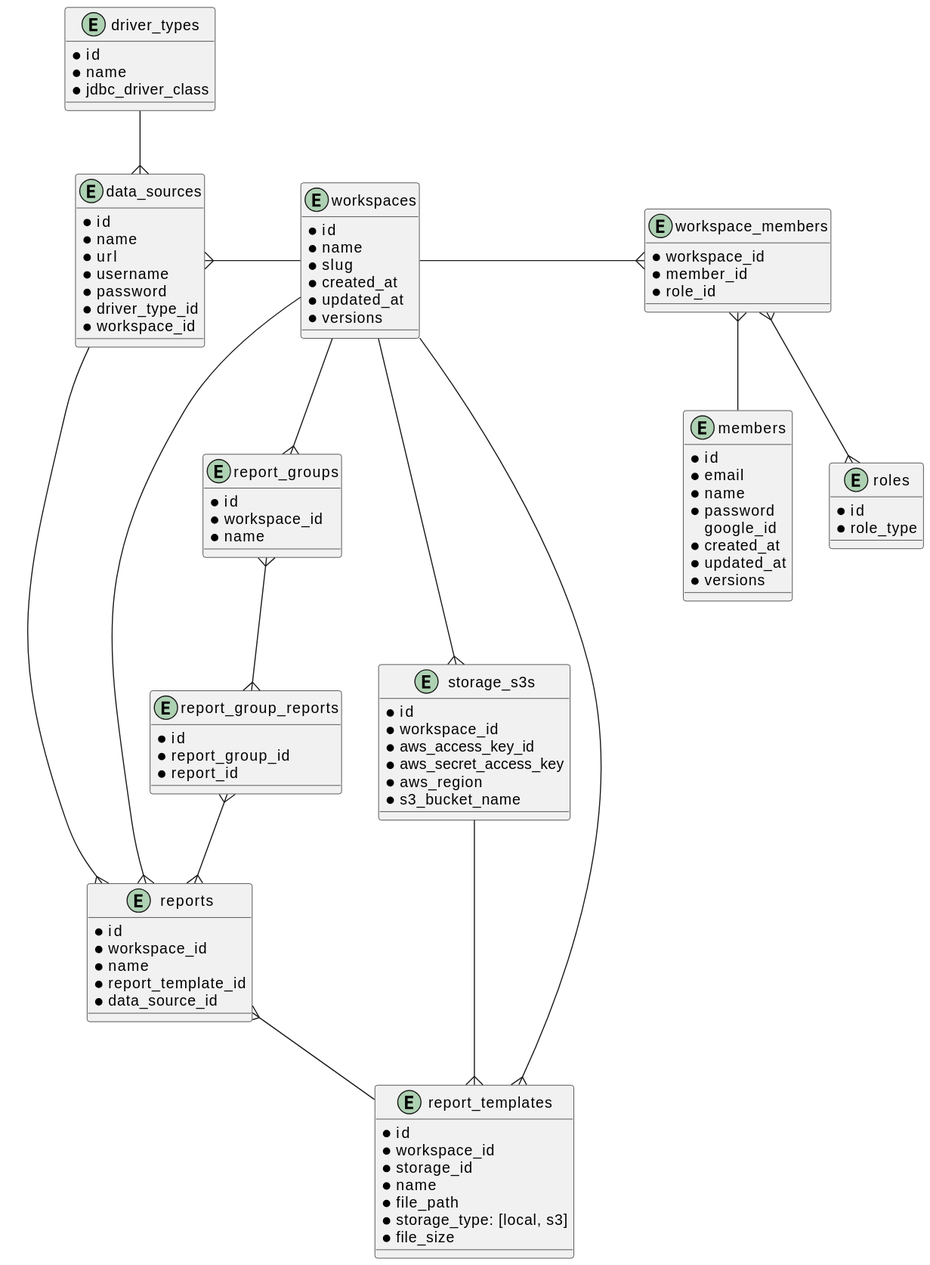
This is docs/db/diagram.svg from ijufumi/openreports-api, a PlantUML export, as it was before one commit.
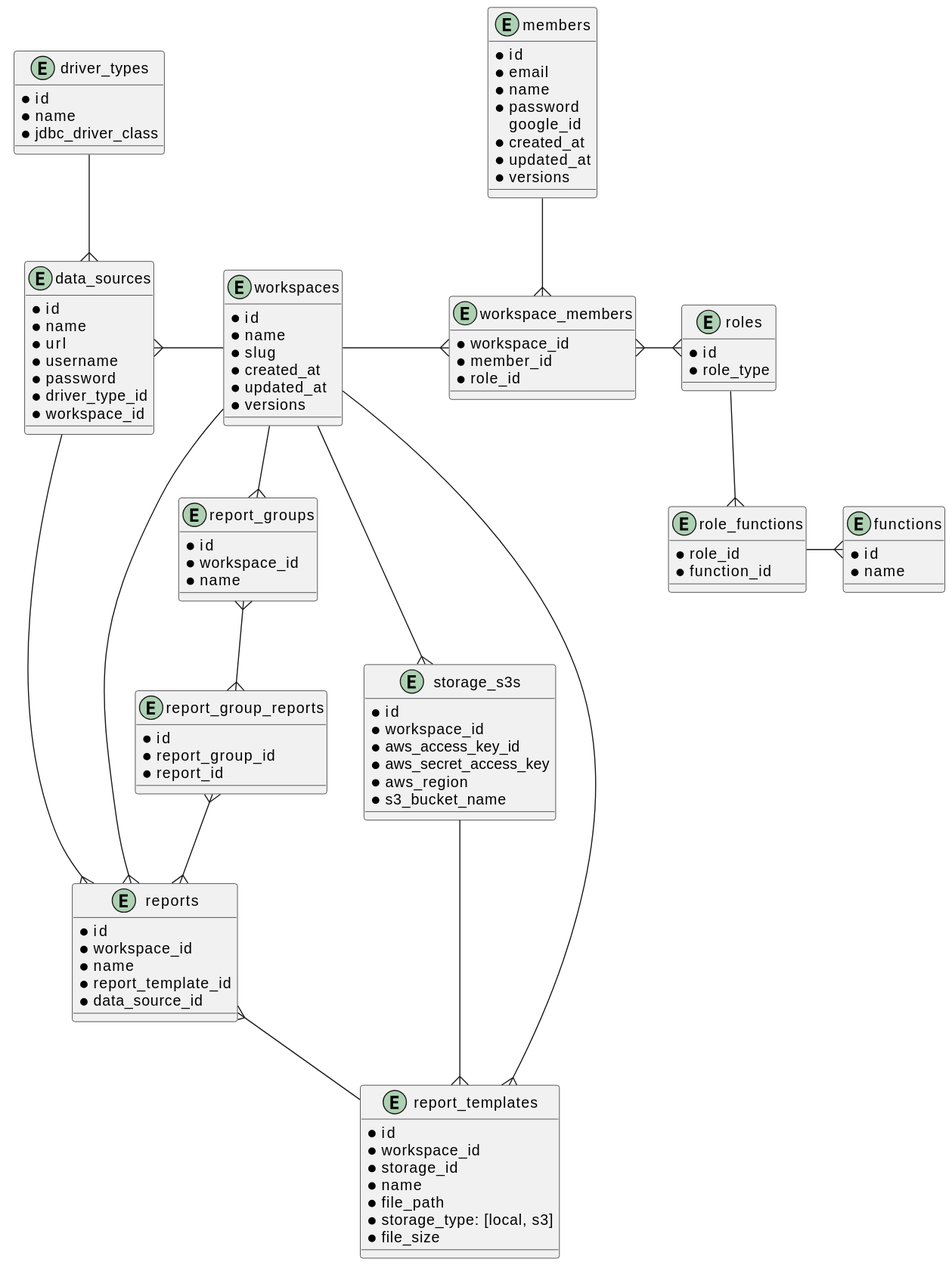
Above is the later version.

What changed in the source:
```diff
@@ -28,6 +28,16 @@
 entity roles {
   * id
   * role_type
+}
+
+entity functions {
+  * id
+  * name
+}
+
+entity role_functions {
+  * role_id
+  * function_id
 }
 
 entity data_sources {
@@ -86,8 +96,10 @@
 }
 
 workspaces --r{ workspace_members
-workspace_members }-- members
-workspace_members }--{ roles
+workspace_members }--u members
+workspace_members }--r{ roles
+roles --{ role_functions
+role_functions --r{ functions
 workspaces --l{ data_sources
 workspaces --{ reports
 workspaces --{ report_templates
@@ -97,6 +109,6 @@
 report_group_reports }--{ reports
 driver_types --{ data_sources
 data_sources --{ reports
-workspaces --{ storage_s3s
+workspaces --r{ storage_s3s
 storage_s3s --{ report_templates
 @enduml
```
